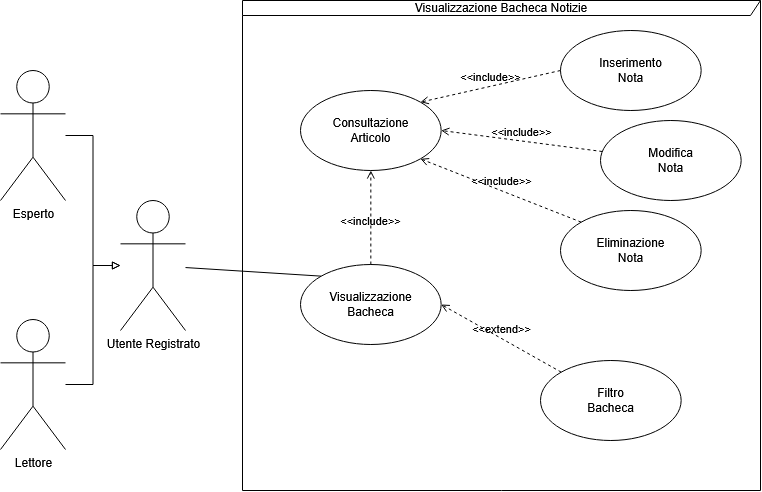
Above: docs/diagrams_src/RAD_Diagrams/UCD_VBN.png in AndreaRainone/FARIS (draw.io), before the change. Source tidied: cells renumbered, new cells last; positions are measured from the earlier drawing's top-left corner, leaving out a move shared by most shapes.
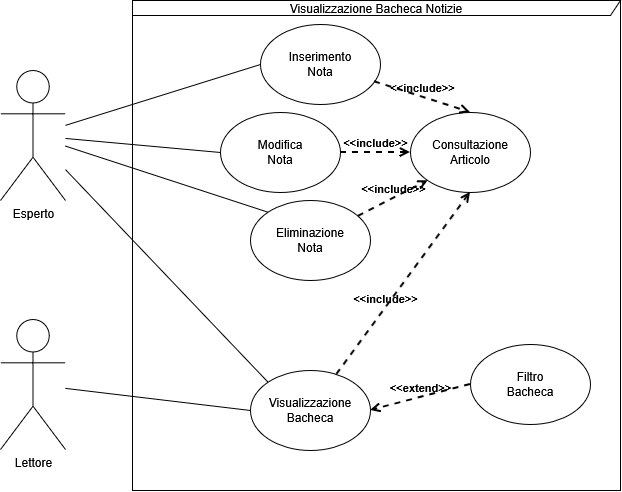
Above is the later version.

Diff of the diagram source:
```diff
@@ -3,58 +3,61 @@
     <mxCell id="0" />
     <mxCell id="1" parent="0" />
     <mxCell id="2" value="Visualizzazione Bacheca Notizie" style="shape=umlFrame;whiteSpace=wrap;html=1;width=640;height=15;fillColor=none;" parent="1" vertex="1">
-      <mxGeometry x="242" width="518" height="490" as="geometry" />
+      <mxGeometry x="242" width="488" height="490" as="geometry" />
     </mxCell>
-    <mxCell id="3" style="edgeStyle=orthogonalEdgeStyle;rounded=0;jettySize=auto;html=1;defaultLabelBackgroundColor=page;labelPadding=0 4;endArrow=block;endFill=0;" parent="1" edge="1" source="4" target="19">
-      <mxGeometry relative="1" as="geometry" />
-    </mxCell>
     <mxCell id="4" value="Lettore" style="shape=umlActor;verticalLabelPosition=bottom;verticalAlign=top;html=1;labelPerimeter=1;" parent="1" vertex="1">
-      <mxGeometry y="319" width="65" height="130" as="geometry" />
+      <mxGeometry x="110" y="319" width="65" height="130" as="geometry" />
     </mxCell>
     <mxCell id="5" value="Inserimento&lt;br&gt;Nota" style="ellipse;html=1;whiteSpace=wrap;fillColor=none;" parent="1" vertex="1">
-      <mxGeometry x="560" y="30" width="140.7" height="80" as="geometry" />
+      <mxGeometry x="370" y="24" width="120" height="80" as="geometry" />
     </mxCell>
-    <mxCell id="6" style="edgeStyle=orthogonalEdgeStyle;rounded=0;jettySize=auto;html=1;defaultLabelBackgroundColor=page;labelPadding=0 4;endArrow=block;endFill=0;" parent="1" edge="1" source="7" target="19">
-      <mxGeometry relative="1" as="geometry" />
-    </mxCell>
+    <mxCell id="20" style="shape=connector;rounded=0;jettySize=auto;html=1;entryX=0;entryY=0;entryDx=0;entryDy=0;strokeColor=default;align=center;verticalAlign=middle;fontFamily=Helvetica;fontSize=11;fontColor=default;labelBackgroundColor=default;defaultLabelBackgroundColor=page;endArrow=none;endFill=0;" parent="1" edge="1" source="7" target="15">
+      <mxGeometry relative="1" as="geometry" />
+    </mxCell>
+    <mxCell id="21" style="shape=connector;rounded=0;jettySize=auto;html=1;entryX=0;entryY=0.5;entryDx=0;entryDy=0;strokeColor=default;align=center;verticalAlign=middle;fontFamily=Helvetica;fontSize=11;fontColor=default;labelBackgroundColor=default;defaultLabelBackgroundColor=page;endArrow=none;endFill=0;" parent="1" edge="1" source="7" target="5">
+      <mxGeometry relative="1" as="geometry" />
+    </mxCell>
+    <mxCell id="22" style="shape=connector;rounded=0;jettySize=auto;html=1;entryX=0;entryY=0.5;entryDx=0;entryDy=0;strokeColor=default;align=center;verticalAlign=middle;fontFamily=Helvetica;fontSize=11;fontColor=default;labelBackgroundColor=default;defaultLabelBackgroundColor=page;endArrow=none;endFill=0;" parent="1" edge="1" source="7" target="8">
+      <mxGeometry relative="1" as="geometry" />
+    </mxCell>
+    <mxCell id="23" style="shape=connector;rounded=0;jettySize=auto;html=1;entryX=0;entryY=0;entryDx=0;entryDy=0;strokeColor=default;align=center;verticalAlign=middle;fontFamily=Helvetica;fontSize=11;fontColor=default;labelBackgroundColor=default;defaultLabelBackgroundColor=page;endArrow=none;endFill=0;" parent="1" edge="1" source="7" target="9">
+      <mxGeometry relative="1" as="geometry" />
+    </mxCell>
     <mxCell id="7" value="Esperto" style="shape=umlActor;verticalLabelPosition=bottom;verticalAlign=top;html=1;labelPerimeter=1;" parent="1" vertex="1">
-      <mxGeometry y="70" width="65" height="130" as="geometry" />
+      <mxGeometry x="110" y="70" width="65" height="130" as="geometry" />
     </mxCell>
     <mxCell id="8" value="Modifica&lt;br&gt;Nota" style="ellipse;html=1;whiteSpace=wrap;fillColor=none;" parent="1" vertex="1">
-      <mxGeometry x="600" y="120" width="140.7" height="80" as="geometry" />
+      <mxGeometry x="330" y="112" width="120" height="80" as="geometry" />
     </mxCell>
     <mxCell id="9" value="Eliminazione&lt;br&gt;Nota" style="ellipse;html=1;whiteSpace=wrap;fillColor=none;" parent="1" vertex="1">
-      <mxGeometry x="560" y="210" width="140.7" height="80" as="geometry" />
+      <mxGeometry x="360" y="200" width="120" height="80" as="geometry" />
     </mxCell>
     <mxCell id="10" value="Consultazione&lt;br&gt;Articolo" style="ellipse;html=1;whiteSpace=wrap;fillColor=none;" parent="1" vertex="1">
-      <mxGeometry x="300" y="90" width="140.7" height="80" as="geometry" />
+      <mxGeometry x="520" y="112" width="120" height="80" as="geometry" />
     </mxCell>
     <mxCell id="11" value="Filtro&lt;br&gt;Bacheca" style="ellipse;html=1;whiteSpace=wrap;fillColor=none;" parent="1" vertex="1">
-      <mxGeometry x="540" y="360" width="140.7" height="80" as="geometry" />
+      <mxGeometry x="580" y="344" width="120" height="80" as="geometry" />
     </mxCell>
-    <mxCell id="12" value="&amp;lt;&amp;lt;include&amp;gt;&amp;gt;" style="html=1;verticalAlign=bottom;labelBackgroundColor=none;endArrow=open;endFill=0;dashed=1;rounded=0;defaultLabelBackgroundColor=page;entryX=1;entryY=0;entryDx=0;entryDy=0;exitX=0;exitY=0.5;exitDx=0;exitDy=0;" parent="1" edge="1" source="5" target="10">
+    <mxCell id="12" value="&amp;lt;&amp;lt;include&amp;gt;&amp;gt;" style="html=1;verticalAlign=bottom;labelBackgroundColor=none;endArrow=open;endFill=0;dashed=1;rounded=0;defaultLabelBackgroundColor=page;entryX=0.5;entryY=0;entryDx=0;entryDy=0;strokeWidth=2;fontStyle=1;" parent="1" edge="1" source="5" target="10">
       <mxGeometry relative="1" as="geometry" />
     </mxCell>
-    <mxCell id="13" value="&amp;lt;&amp;lt;include&amp;gt;&amp;gt;" style="html=1;verticalAlign=bottom;labelBackgroundColor=none;endArrow=open;endFill=0;dashed=1;rounded=0;defaultLabelBackgroundColor=page;entryX=1;entryY=0.5;entryDx=0;entryDy=0;" parent="1" edge="1" source="8" target="10">
+    <mxCell id="13" value="&amp;lt;&amp;lt;include&amp;gt;&amp;gt;" style="html=1;verticalAlign=bottom;labelBackgroundColor=none;endArrow=open;endFill=0;dashed=1;rounded=0;defaultLabelBackgroundColor=page;strokeWidth=2;fontStyle=1;" parent="1" edge="1" source="8" target="10">
       <mxGeometry relative="1" as="geometry" />
     </mxCell>
-    <mxCell id="14" value="&amp;lt;&amp;lt;include&amp;gt;&amp;gt;" style="html=1;verticalAlign=bottom;labelBackgroundColor=none;endArrow=open;endFill=0;dashed=1;rounded=0;defaultLabelBackgroundColor=page;entryX=1;entryY=1;entryDx=0;entryDy=0;exitX=0;exitY=0;exitDx=0;exitDy=0;" parent="1" edge="1" source="9" target="10">
+    <mxCell id="14" value="&amp;lt;&amp;lt;include&amp;gt;&amp;gt;" style="html=1;verticalAlign=bottom;labelBackgroundColor=none;endArrow=open;endFill=0;dashed=1;rounded=0;defaultLabelBackgroundColor=page;entryX=0;entryY=1;entryDx=0;entryDy=0;strokeWidth=2;fontStyle=1;" parent="1" edge="1" source="9" target="10">
       <mxGeometry relative="1" as="geometry" />
     </mxCell>
     <mxCell id="15" value="Visualizzazione&lt;br&gt;Bacheca" style="ellipse;html=1;whiteSpace=wrap;fillColor=none;" parent="1" vertex="1">
-      <mxGeometry x="300" y="264" width="140.7" height="80" as="geometry" />
+      <mxGeometry x="360" y="370" width="120" height="80" as="geometry" />
     </mxCell>
-    <mxCell id="16" value="&amp;lt;&amp;lt;include&amp;gt;&amp;gt;" style="html=1;verticalAlign=bottom;labelBackgroundColor=none;endArrow=open;endFill=0;dashed=1;rounded=0;defaultLabelBackgroundColor=page;" parent="1" edge="1" source="15" target="10">
+    <mxCell id="16" value="&amp;lt;&amp;lt;include&amp;gt;&amp;gt;" style="html=1;verticalAlign=bottom;labelBackgroundColor=none;endArrow=open;endFill=0;dashed=1;rounded=0;defaultLabelBackgroundColor=page;entryX=0.5;entryY=1;entryDx=0;entryDy=0;strokeWidth=2;fontStyle=1;" parent="1" edge="1" source="15" target="10">
       <mxGeometry x="-0.28" relative="1" as="geometry" />
     </mxCell>
-    <mxCell id="17" value="&amp;lt;&amp;lt;extend&amp;gt;&amp;gt;" style="html=1;verticalAlign=bottom;labelBackgroundColor=none;endArrow=open;endFill=0;dashed=1;rounded=0;defaultLabelBackgroundColor=page;exitX=0;exitY=0;exitDx=0;exitDy=0;entryX=1;entryY=0.5;entryDx=0;entryDy=0;" parent="1" edge="1" source="11" target="15">
+    <mxCell id="17" value="&amp;lt;&amp;lt;extend&amp;gt;&amp;gt;" style="html=1;verticalAlign=bottom;labelBackgroundColor=none;endArrow=open;endFill=0;dashed=1;rounded=0;defaultLabelBackgroundColor=page;exitX=0;exitY=0.5;exitDx=0;exitDy=0;entryX=1;entryY=0.5;entryDx=0;entryDy=0;strokeWidth=2;fontStyle=1;" parent="1" edge="1" source="11" target="15">
       <mxGeometry relative="1" as="geometry" />
     </mxCell>
-    <mxCell id="18" style="rounded=0;jettySize=auto;html=1;entryX=0;entryY=0;entryDx=0;entryDy=0;defaultLabelBackgroundColor=page;labelPadding=0 4;endArrow=none;endFill=0;" parent="1" edge="1" source="19" target="15">
+    <mxCell id="18" style="rounded=0;jettySize=auto;html=1;entryX=0;entryY=0.5;entryDx=0;entryDy=0;defaultLabelBackgroundColor=page;labelPadding=0 4;endArrow=none;endFill=0;" parent="1" edge="1" source="4" target="15">
       <mxGeometry relative="1" as="geometry" />
     </mxCell>
-    <mxCell id="19" value="Utente Registrato" style="shape=umlActor;verticalLabelPosition=bottom;verticalAlign=top;html=1;labelPerimeter=1;" parent="1" vertex="1">
-      <mxGeometry x="120" y="200" width="65" height="130" as="geometry" />
-    </mxCell>
   </root>
 </mxGraphModel>
```
